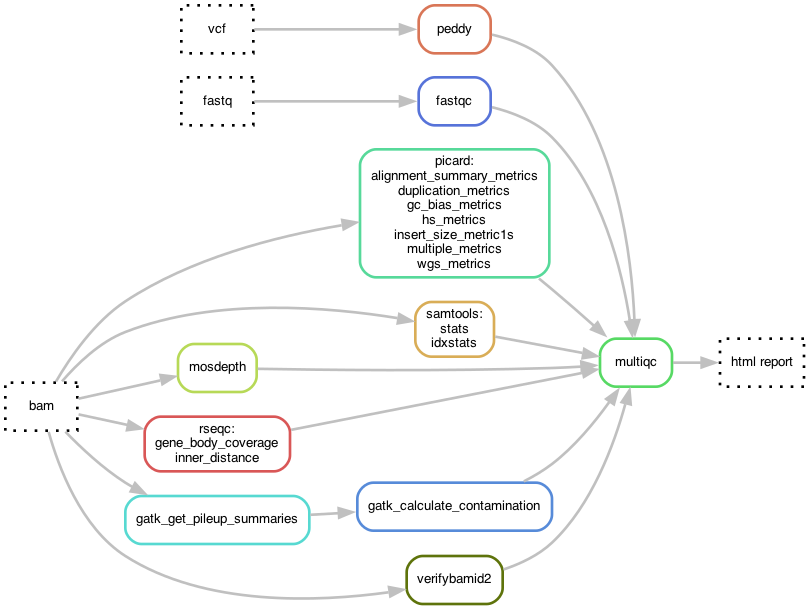
This is docs/images/qc.png from hydra-genetics/qc, a Graphviz export, as it was before one commit. Its source is kept beside it as docs/images/qc.dot.
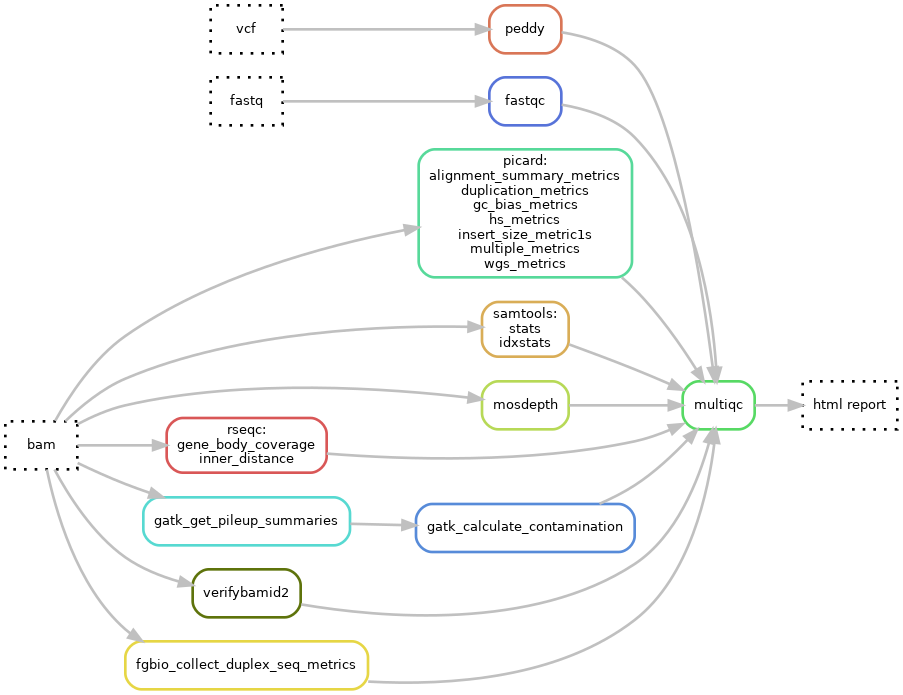
After the commit.

Commit message:
feat: added fgbio_collect_duplex_seq_metrics

The edit, as a diff of the source:
```diff
@@ -17,6 +17,7 @@
 	19[label = "fastq", color = "0.0 0.0 0.0", style="dotted"];
 	20[label = "vcf", color = "0.0 0.0 0.0", style="dotted"];
 	21[label = "verifybamid2", color = "0.2 0.9 0.45", style="rounded"];
+	22[label = "fgbio_collect_duplex_seq_metrics", color = "0.15 0.7 0.9", style="rounded"];
 	20 -> 2
 	19 -> 4
 	18 -> 5
@@ -25,6 +26,7 @@
 	18 -> 14
 	18 -> 17
 	18 -> 21
+	18 -> 22
 	1 -> 0
 	16 -> 1
 	5 -> 1
@@ -35,4 +37,5 @@
 	4 -> 1
 	17 -> 16
 	21 -> 1
+	22 -> 1
 }
```
